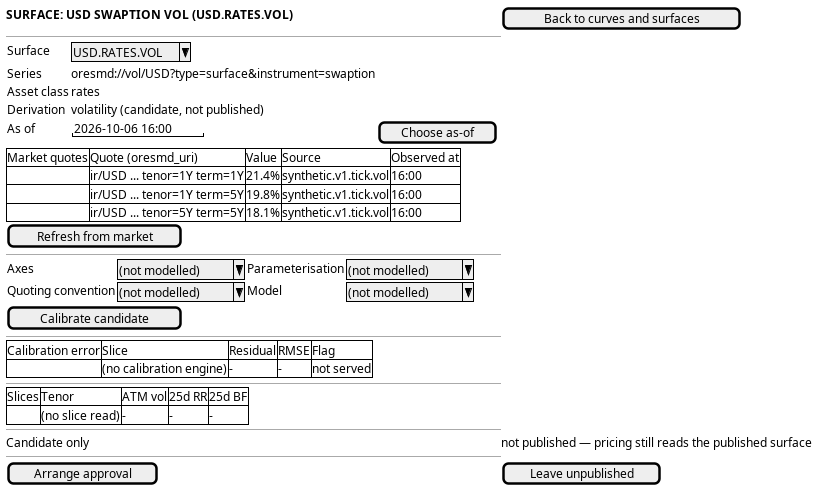
Before: doc/knowledge/journeys/market_data/wireframe_calibrate-or-refresh-a-surface.png, a diagram exported from PlantUML (OreStudio/OreStudio). Its source is kept beside it as doc/knowledge/journeys/market_data/wireframe_calibrate-or-refresh-a-surface.puml. The source it was exported from:
```plantuml
@startuml

salt
{
  <b>SURFACE: USD SWAPTION VOL (USD.RATES.VOL)</b> | [ Back to curves and surfaces ]
  --
  {
    Surface | ^USD.RATES.VOL^
    Series | oresmd://vol/USD?type=surface&instrument=swaption
    Asset class | rates
    Derivation | volatility (candidate, not published)
    As of | "2026-10-06 16:00" | [ Choose as-of ]
  }
  {#
    Market quotes | Quote (oresmd_uri) | Value | Source | Observed at
    . | ir/USD ... tenor=1Y term=1Y | 21.4% | synthetic.v1.ops.tick.vol | 16:00
    . | ir/USD ... tenor=1Y term=5Y | 19.8% | synthetic.v1.ops.tick.vol | 16:00
    . | ir/USD ... tenor=5Y term=5Y | 18.1% | synthetic.v1.ops.tick.vol | 16:00
  }
  [ Refresh from market ]
  --
  {
    Axes | ^(not modelled)^ | Parameterisation | ^(not modelled)^
    Quoting convention | ^(not modelled)^ | Model | ^(not modelled)^
  }
  [ Calibrate candidate ]
  --
  {#
    Calibration error | Slice | Residual | RMSE | Flag
    . | (no calibration engine) | - | - | not served
  }
  --
  {#
    Slices | Tenor | ATM vol | 25d RR | 25d BF
    . | (no slice read) | - | - | -
  }
  --
  Candidate only | not published — pricing still reads the published surface
  --
  [ Arrange approval ] | [ Leave unpublished ]
}

@enduml
```
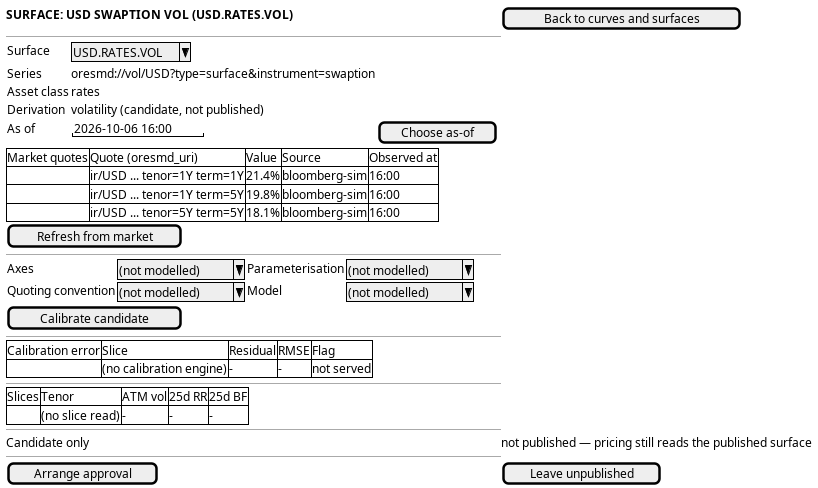
The same file after the commit.

Change to the diagram source:
```diff
@@ -13,9 +13,9 @@
   }
   {#
     Market quotes | Quote (oresmd_uri) | Value | Source | Observed at
-    . | ir/USD ... tenor=1Y term=1Y | 21.4% | synthetic.v1.ops.tick.vol | 16:00
-    . | ir/USD ... tenor=1Y term=5Y | 19.8% | synthetic.v1.ops.tick.vol | 16:00
-    . | ir/USD ... tenor=5Y term=5Y | 18.1% | synthetic.v1.ops.tick.vol | 16:00
+    . | ir/USD ... tenor=1Y term=1Y | 21.4% | bloomberg-sim | 16:00
+    . | ir/USD ... tenor=1Y term=5Y | 19.8% | bloomberg-sim | 16:00
+    . | ir/USD ... tenor=5Y term=5Y | 18.1% | bloomberg-sim | 16:00
   }
   [ Refresh from market ]
   --
```
